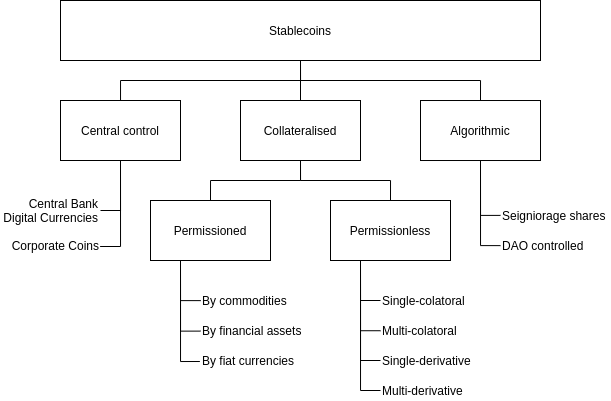
Earlier version of the draw.io export img/taxonomy.png (rwblokzijl/stablecoin-survey). Source tidied: cells renumbered, new cells last; positions are measured from the earlier drawing's top-left corner, leaving out a move shared by most shapes.
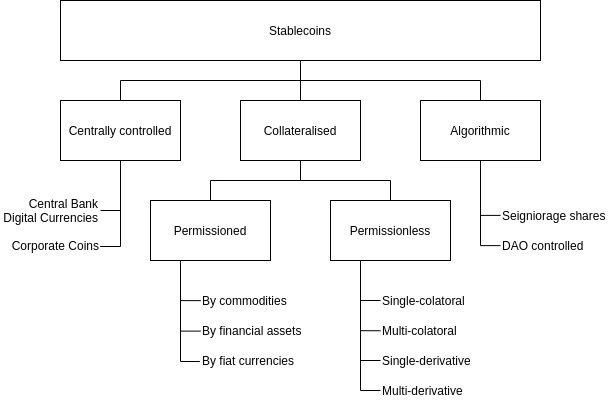
Later version of the same file.

Diff of the diagram source:
```diff
@@ -20,7 +20,7 @@
     <mxCell id="7" style="edgeStyle=orthogonalEdgeStyle;rounded=0;jettySize=auto;html=1;exitX=0.5;exitY=1;exitDx=0;exitDy=0;entryX=0.996;entryY=0.544;entryDx=0;entryDy=0;entryPerimeter=0;endArrow=none;endFill=0;" parent="1" edge="1" source="8" target="34">
       <mxGeometry relative="1" as="geometry" />
     </mxCell>
-    <mxCell id="8" value="Central control" style="rounded=0;whiteSpace=wrap;html=1;" parent="1" vertex="1">
+    <mxCell id="8" value="Centrally controlled" style="rounded=0;whiteSpace=wrap;html=1;" parent="1" vertex="1">
       <mxGeometry x="60" y="100" width="120" height="60" as="geometry" />
     </mxCell>
     <mxCell id="9" style="edgeStyle=orthogonalEdgeStyle;rounded=0;jettySize=auto;html=1;exitX=0.25;exitY=1;exitDx=0;exitDy=0;entryX=-0.001;entryY=0.506;entryDx=0;entryDy=0;entryPerimeter=0;endArrow=none;endFill=0;" parent="1" edge="1" source="12" target="24">
```
